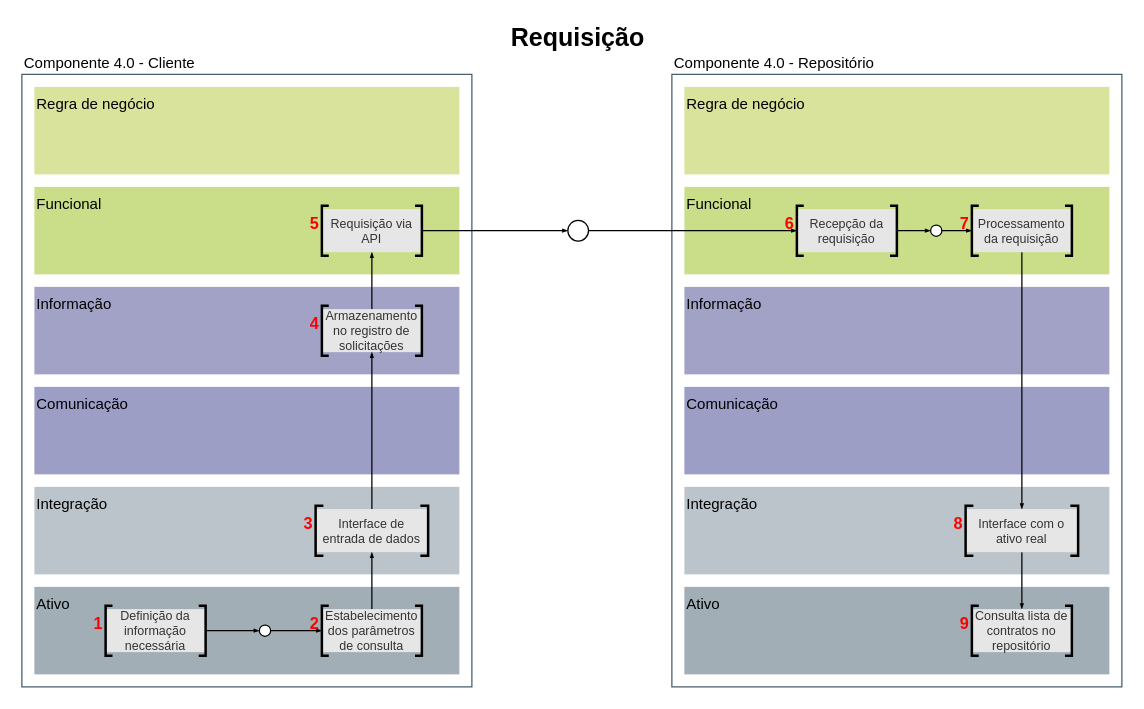
The draw.io diagram page "rami-busca-requisicao" (12 of 17) of images/diagramas/diagramas.drawio in hvitoi/i4.0-PLM, before the edit. Source tidied: cells renumbered, new cells numbered last; positions are measured from the earlier drawing's top-left corner, leaving out a move shared by most shapes. Both pictures are drawn from the tidied source at 125%, with x=0, y=0 at pixel (21, 24).
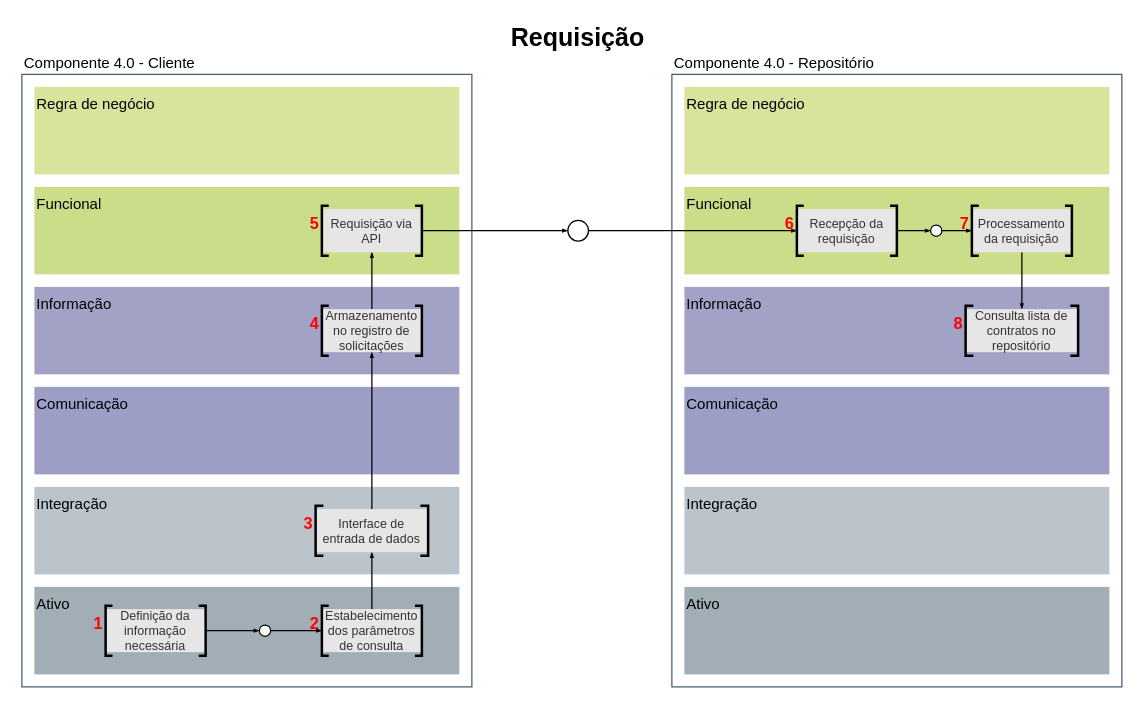
The same diagram, later.

The change refers to these unchanged cells:
```xml
<mxCell id="4" style="group;" parent="3" vertex="1">
  <mxGeometry width="350" height="480" as="geometry" />
</mxCell>
```

Change to the diagram source:
```diff
@@
-    <mxCell id="24" style="endArrow=blockThin;html=1;fontSize=10;fontColor=#000000;strokeWidth=1;endFill=1;endSize=2;startSize=5;jumpSize=6;exitX=0.5;exitY=1;exitDx=0;exitDy=0;entryX=0.5;entryY=0;entryDx=0;entryDy=0;rounded=0;" parent="4" edge="1" source="26" target="30">
-      <mxGeometry relative="1" as="geometry" />
-    </mxCell>
     <mxCell id="25" value="8" style="group;labelPosition=left;verticalLabelPosition=middle;align=right;verticalAlign=top;fontSize=13;fontStyle=1;fontColor=#FF0000;" parent="4" vertex="1">
-      <mxGeometry x="225" y="335" width="90" height="40" as="geometry" />
+      <mxGeometry x="225" y="175" width="90" height="40" as="geometry" />
     </mxCell>
-    <mxCell id="26" value="Interface com o ativo real" style="rounded=0;whiteSpace=wrap;labelBackgroundColor=none;fontSize=10;fontColor=#333333;strokeColor=none;fontStyle=0;fillColor=#E6E6E6;" parent="25" vertex="1">
+    <mxCell id="26" value="Consulta lista de contratos no repositório" style="rounded=0;whiteSpace=wrap;labelBackgroundColor=none;fontSize=10;fontColor=#333333;strokeColor=none;fontStyle=0;fillColor=#E6E6E6;" parent="25" vertex="1">
       <mxGeometry y="2.8" width="90" height="34.4" as="geometry" />
     </mxCell>
@@
-    <mxCell id="29" value="9" style="group;fontStyle=1;labelPosition=left;verticalLabelPosition=middle;align=right;verticalAlign=top;fontSize=13;fontColor=#FF0000;" parent="4" vertex="1">
-      <mxGeometry x="230" y="415" width="80" height="40" as="geometry" />
-    </mxCell>
-    <mxCell id="30" value="Consulta lista de contratos no repositório" style="rounded=0;whiteSpace=wrap;labelBackgroundColor=none;fontSize=10;fontColor=#333333;strokeColor=none;fontStyle=0;fillColor=#E6E6E6;" parent="29" vertex="1">
-      <mxGeometry y="2.8" width="80" height="34.4" as="geometry" />
-    </mxCell>
-    <mxCell id="31" style="strokeWidth=2;html=1;shape=mxgraph.flowchart.annotation_1;align=left;" parent="29" vertex="1">
-      <mxGeometry width="5.5" height="40" as="geometry" />
-    </mxCell>
-    <mxCell id="32" style="strokeWidth=2;html=1;shape=mxgraph.flowchart.annotation_1;align=left;rotation=-180;" parent="29" vertex="1">
-      <mxGeometry x="74.5" width="5.5" height="40" as="geometry" />
-    </mxCell>
```
